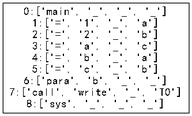
Above: Basic_Block/basic_block.gv.png in hutao99/compiler (Graphviz), before the change. Its source is kept beside it as Basic_Block/basic_block.gv.
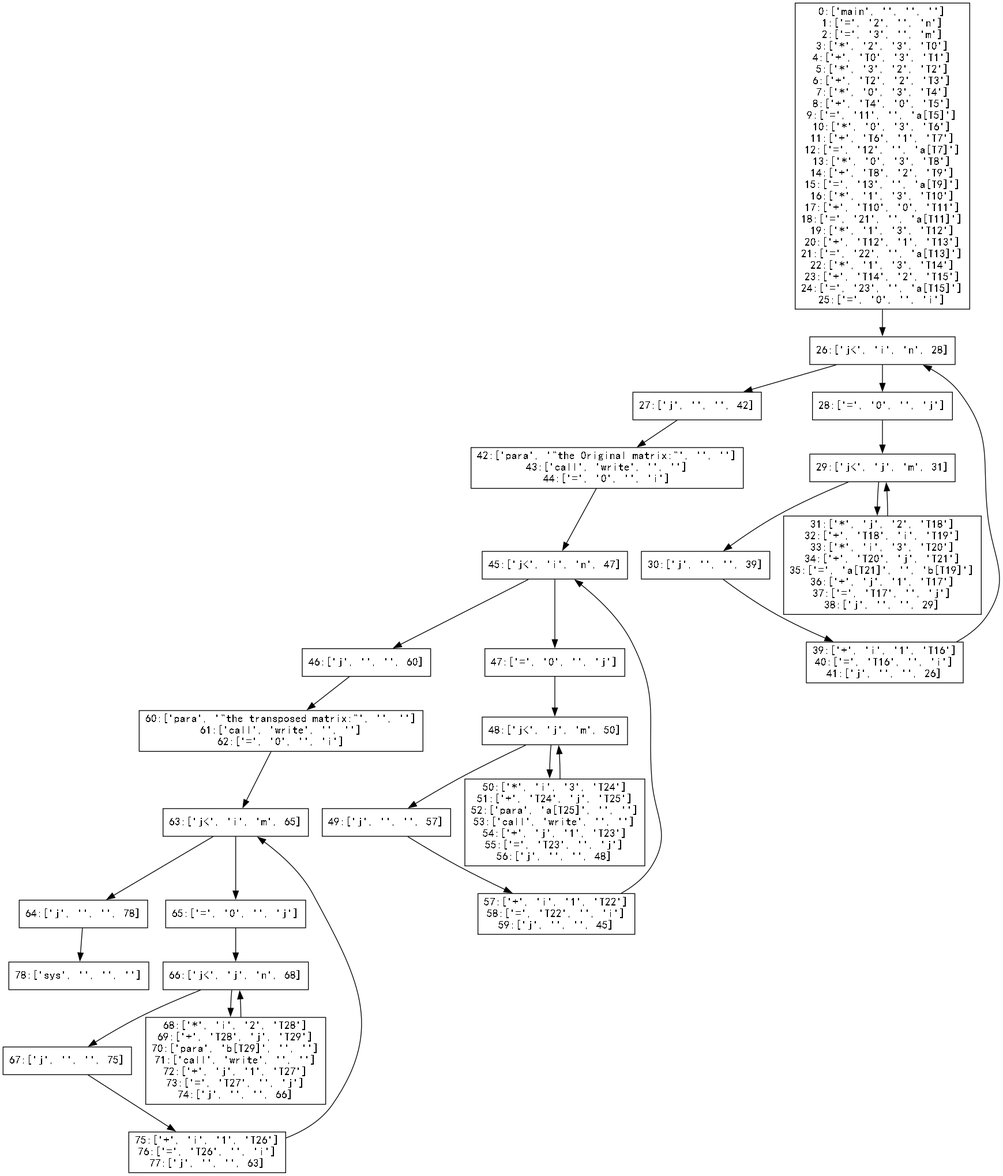
After the commit.

Diff of the diagram source:
```diff
@@ -1,12 +1,23 @@
 digraph "./Basic_Block/basic_block" {
 	0 [label="0:['main', '_', '_', '_']
-1:['=', '1', '_', 'a']
-2:['=', '2', '_', 'b']
-3:['=', 'a', '_', 'c']
-4:['=', 'b', '_', 'a']
-5:['=', 'c', '_', 'b']
-6:['para', 'b', '_', '_']
-7:['call', 'write', '_', 'T0']
-8:['sys', '_', '_', '_']
+1:['=', '2', '_', 'x']
+2:['=', '3', '_', 'y']
+3:['&&', 'x', 'y', 'T0']
+4:['=', 'T0', '_', 'a']
+5:['&&', 'x', '0', 'T1']
+6:['=', 'T1', '_', 'b']
+7:['||', 'x', 'y', 'T2']
+8:['=', 'T2', '_', 'c']
+9:['||', 'x', '0', 'T3']
+10:['=', 'T3', '_', 'd']
+11:['para', 'a', '_', '_']
+12:['call', 'write', '_', 'T4']
+13:['para', 'b', '_', '_']
+14:['call', 'write', '_', 'T5']
+15:['para', 'c', '_', '_']
+16:['call', 'write', '_', 'T6']
+17:['para', 'd', '_', '_']
+18:['call', 'write', '_', 'T7']
+19:['sys', '_', '_', '_']
 " fontname=SimHei shape=rectangle]
 }
```
